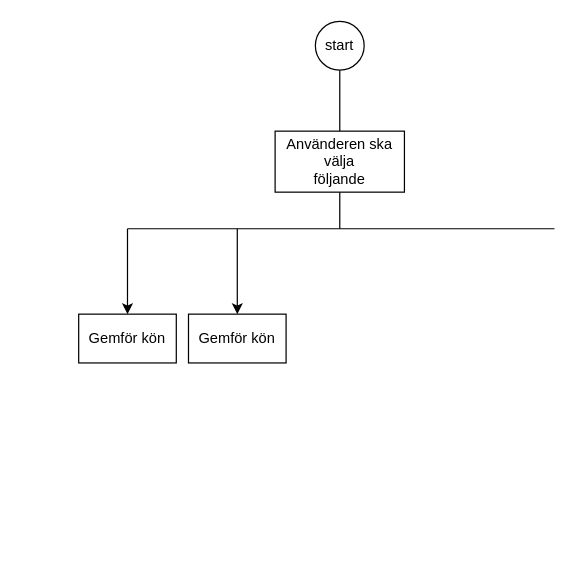
Before: Untitled Diagram.drawio in axeljornulf/axel_jornulf_te19d, a draw.io diagram. Source tidied: cells renumbered, new cells numbered last; positions are measured from the earlier drawing's top-left corner, leaving out a move shared by most shapes. Both pictures are drawn from the tidied source at 122%, with x=0, y=0 at pixel (78, 21).
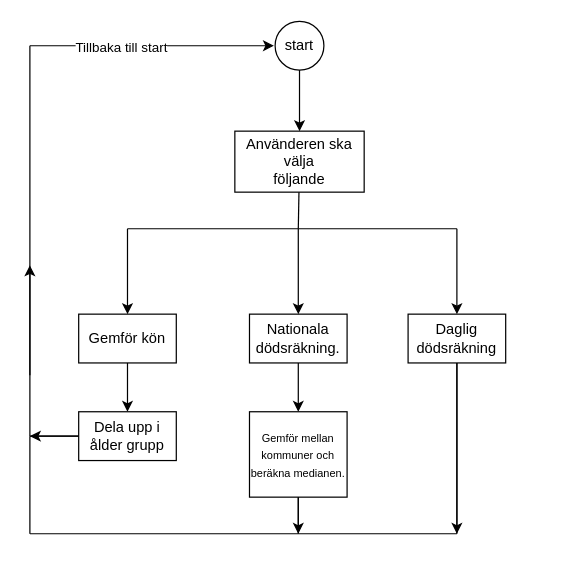
After the change.

The change refers to these unchanged cells:
```xml
<mxCell id="8" value="Gemför kön" style="rounded=0;whiteSpace=wrap;html=1;" parent="1" vertex="1">
  <mxGeometry y="240" width="80" height="40" as="geometry" />
</mxCell>
```

The edit, as a diff of the source:
```diff
@@
     <mxCell id="2" value="start" style="ellipse;whiteSpace=wrap;html=1;" parent="1" vertex="1">
-      <mxGeometry x="194" width="40" height="40" as="geometry" />
+      <mxGeometry x="161" width="40" height="40" as="geometry" />
     </mxCell>
-    <mxCell id="3" style="endArrow=classic;html=1;exitX=0.5;exitY=1;exitDx=0;exitDy=0;" parent="1" edge="1" source="2">
+    <mxCell id="3" style="endArrow=classic;html=1;entryX=0.5;entryY=0;entryDx=0;entryDy=0;" parent="1" edge="1" target="4">
       <mxGeometry relative="1" as="geometry">
-        <mxPoint x="214" y="100" as="targetPoint" />
+        <mxPoint x="181" y="40" as="sourcePoint" />
       </mxGeometry>
     </mxCell>
     <mxCell id="4" value="&lt;div&gt;Använderen ska välja&lt;/div&gt;&lt;div&gt;följande&lt;br&gt;&lt;/div&gt;" style="rounded=0;whiteSpace=wrap;html=1;" parent="1" vertex="1">
-      <mxGeometry x="161" y="90" width="106" height="50" as="geometry" />
+      <mxGeometry x="128" y="90" width="106" height="50" as="geometry" />
     </mxCell>
-    <mxCell id="5" style="endArrow=none;html=1;entryX=0.5;entryY=1;entryDx=0;entryDy=0;" parent="1" edge="1" target="4">
+    <mxCell id="5" style="endArrow=none;html=1;" parent="1" edge="1" target="4">
       <mxGeometry relative="1" as="geometry">
-        <mxPoint x="214" y="170" as="sourcePoint" />
+        <mxPoint x="180" y="170" as="sourcePoint" />
       </mxGeometry>
     </mxCell>
     <mxCell id="6" style="endArrow=none;html=1;" parent="1" edge="1">
       <mxGeometry relative="1" as="geometry">
         <mxPoint x="40" y="170" as="sourcePoint" />
-        <mxPoint x="390" y="170" as="targetPoint" />
+        <mxPoint x="310" y="170" as="targetPoint" />
         <Array as="points">
           <mxPoint x="210" y="170" />
         </Array>
       </mxGeometry>
     </mxCell>
@@
-    <mxCell id="9" value="Gemför kön" style="rounded=0;whiteSpace=wrap;html=1;" parent="1" vertex="1">
-      <mxGeometry x="90" y="240" width="80" height="40" as="geometry" />
+    <mxCell id="9" value="Nationala dödsräkning." style="rounded=0;whiteSpace=wrap;html=1;" parent="1" vertex="1">
+      <mxGeometry x="140" y="240" width="80" height="40" as="geometry" />
     </mxCell>
     <mxCell id="10" style="endArrow=classic;html=1;entryX=0.5;entryY=0;entryDx=0;entryDy=0;" parent="1" edge="1" target="9">
       <mxGeometry relative="1" as="geometry">
-        <mxPoint x="130" y="170" as="sourcePoint" />
+        <mxPoint x="180" y="170" as="sourcePoint" />
       </mxGeometry>
     </mxCell>
+    <mxCell id="11" style="endArrow=classic;html=1;exitX=0.5;exitY=1;exitDx=0;exitDy=0;entryX=0.5;entryY=0;entryDx=0;entryDy=0;" parent="1" edge="1" source="9" target="12">
+      <mxGeometry relative="1" as="geometry" />
+    </mxCell>
+    <mxCell id="12" value="&lt;font style=&quot;font-size: 9px&quot;&gt;Gemför mellan kommuner och beräkna medianen.&lt;br&gt;&lt;/font&gt;" style="rounded=0;whiteSpace=wrap;html=1;" parent="1" vertex="1">
+      <mxGeometry x="140" y="320" width="80" height="70" as="geometry" />
+    </mxCell>
+    <mxCell id="13" style="endArrow=classic;html=1;exitX=0.5;exitY=1;exitDx=0;exitDy=0;" parent="1" edge="1" source="8">
+      <mxGeometry relative="1" as="geometry">
+        <mxPoint x="40" y="320" as="targetPoint" />
+      </mxGeometry>
+    </mxCell>
+    <mxCell id="14" value="Dela upp i ålder grupp" style="rounded=0;whiteSpace=wrap;html=1;" parent="1" vertex="1">
+      <mxGeometry y="320" width="80" height="40" as="geometry" />
+    </mxCell>
+    <mxCell id="15" style="endArrow=none;html=1;exitX=0;exitY=0.5;exitDx=0;exitDy=0;" parent="1" edge="1" source="14">
+      <mxGeometry relative="1" as="geometry">
+        <mxPoint x="-40" y="340" as="targetPoint" />
+      </mxGeometry>
+    </mxCell>
+    <mxCell id="16" style="endArrow=none;html=1;" parent="1" edge="1">
+      <mxGeometry relative="1" as="geometry">
+        <mxPoint x="-40" y="340" as="sourcePoint" />
+        <mxPoint x="-40" y="20" as="targetPoint" />
+      </mxGeometry>
+    </mxCell>
+    <mxCell id="17" style="endArrow=classic;html=1;" parent="1" edge="1">
+      <mxGeometry relative="1" as="geometry">
+        <mxPoint x="-40" y="20" as="sourcePoint" />
+        <mxPoint x="160" y="20" as="targetPoint" />
+      </mxGeometry>
+    </mxCell>
+    <mxCell id="18" value="Tillbaka till start" style="edgeLabel;html=1;align=center;verticalAlign=middle;" parent="17" vertex="1">
+      <mxGeometry x="-0.26" y="-1" relative="1" as="geometry" />
+    </mxCell>
+    <mxCell id="19" style="endArrow=none;html=1;" parent="1" edge="1">
+      <mxGeometry relative="1" as="geometry">
+        <mxPoint x="-40" y="420" as="sourcePoint" />
+        <mxPoint x="-40" y="340" as="targetPoint" />
+      </mxGeometry>
+    </mxCell>
+    <mxCell id="20" style="endArrow=none;html=1;" parent="1" edge="1">
+      <mxGeometry relative="1" as="geometry">
+        <mxPoint x="-40" y="420" as="sourcePoint" />
+        <mxPoint x="180" y="420" as="targetPoint" />
+      </mxGeometry>
+    </mxCell>
+    <mxCell id="21" style="endArrow=none;html=1;" parent="1" edge="1" target="12">
+      <mxGeometry relative="1" as="geometry">
+        <mxPoint x="180" y="420" as="sourcePoint" />
+      </mxGeometry>
+    </mxCell>
+    <mxCell id="22" style="endArrow=classic;html=1;" parent="1" edge="1">
+      <mxGeometry relative="1" as="geometry">
+        <mxPoint x="310" y="170" as="sourcePoint" />
+        <mxPoint x="310" y="240" as="targetPoint" />
+      </mxGeometry>
+    </mxCell>
+    <mxCell id="23" style="endArrow=classic;html=1;" parent="1" edge="1">
+      <mxGeometry relative="1" as="geometry">
+        <mxPoint x="-40" y="290" as="sourcePoint" />
+        <mxPoint x="-40" y="200" as="targetPoint" />
+      </mxGeometry>
+    </mxCell>
+    <mxCell id="24" value="Daglig dödsräkning" style="rounded=0;whiteSpace=wrap;html=1;" parent="1" vertex="1">
+      <mxGeometry x="270" y="240" width="80" height="40" as="geometry" />
+    </mxCell>
+    <mxCell id="25" style="endArrow=classic;html=1;" parent="1" edge="1">
+      <mxGeometry relative="1" as="geometry">
+        <mxPoint x="180" y="390" as="sourcePoint" />
+        <mxPoint x="180" y="420" as="targetPoint" />
+      </mxGeometry>
+    </mxCell>
+    <mxCell id="26" style="endArrow=classic;html=1;" parent="1" edge="1">
+      <mxGeometry relative="1" as="geometry">
+        <mxPoint y="340" as="sourcePoint" />
+        <mxPoint x="-40" y="340" as="targetPoint" />
+      </mxGeometry>
+    </mxCell>
+    <mxCell id="27" style="endArrow=none;html=1;entryX=0.5;entryY=1;entryDx=0;entryDy=0;" parent="1" edge="1" target="24">
+      <mxGeometry relative="1" as="geometry">
+        <mxPoint x="310" y="420" as="sourcePoint" />
+      </mxGeometry>
+    </mxCell>
+    <mxCell id="28" style="endArrow=none;html=1;" parent="1" edge="1">
+      <mxGeometry relative="1" as="geometry">
+        <mxPoint x="180" y="420" as="sourcePoint" />
+        <mxPoint x="310" y="420" as="targetPoint" />
+      </mxGeometry>
+    </mxCell>
+    <mxCell id="29" style="endArrow=classic;html=1;exitX=0.5;exitY=1;exitDx=0;exitDy=0;" parent="1" edge="1" source="24">
+      <mxGeometry relative="1" as="geometry">
+        <mxPoint x="310" y="420" as="targetPoint" />
+      </mxGeometry>
+    </mxCell>
```
